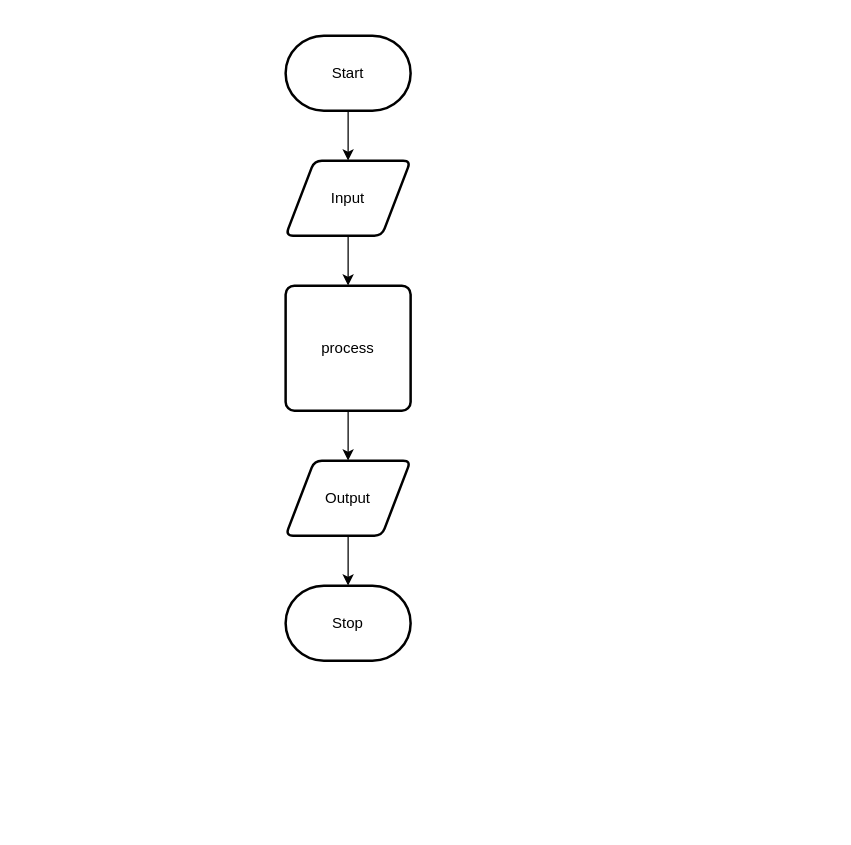
Earlier version of the draw.io diagram design/flow-chart.drawio (Claire-Bedrossian/ICS2O-Unit5-01-JS). Source tidied: cells renumbered, new cells numbered last; positions are measured from the earlier drawing's top-left corner, leaving out a move shared by most shapes. Both pictures are drawn from the tidied source at 125%, with x=0, y=0 at pixel (285, 35).
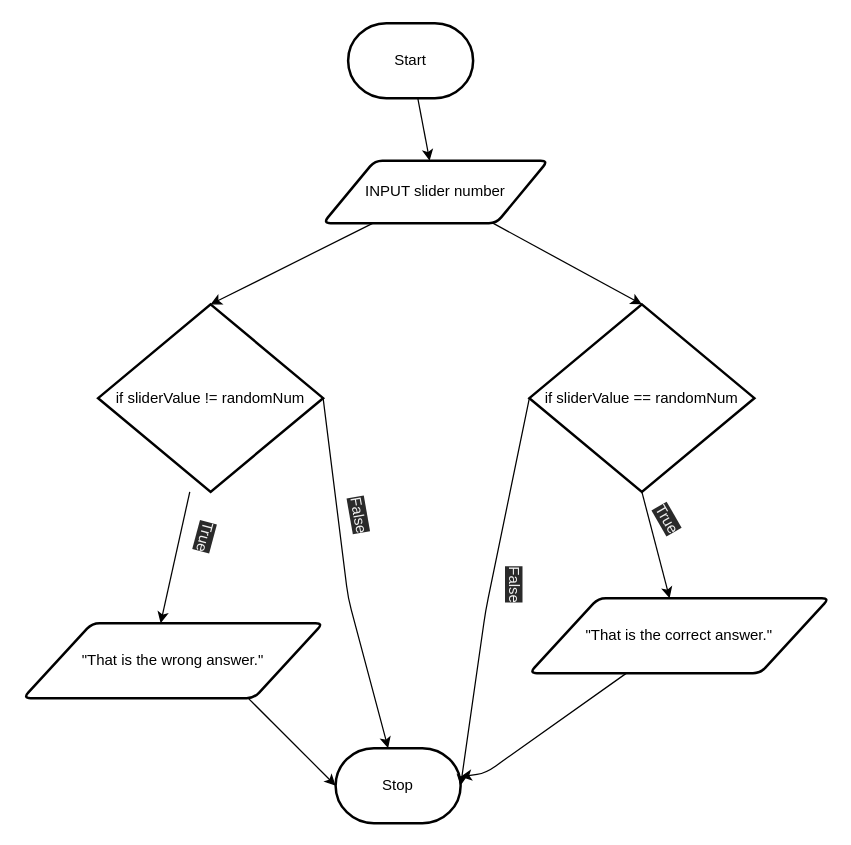
The same diagram, later.

The edit, as a diff of the source:
```diff
@@
     <mxCell id="3" value="Start" style="strokeWidth=2;html=1;shape=mxgraph.flowchart.terminator;whiteSpace=wrap;" parent="1" vertex="1">
-      <mxGeometry width="100" height="60" as="geometry" />
+      <mxGeometry x="50" y="-10" width="100" height="60" as="geometry" />
     </mxCell>
-    <mxCell id="4" style="edgeStyle=none;html=1;" parent="1" edge="1" source="5" target="7">
+    <mxCell id="4" style="edgeStyle=none;html=1;entryX=0.5;entryY=0;entryDx=0;entryDy=0;entryPerimeter=0;" parent="1" edge="1" source="5" target="13">
       <mxGeometry relative="1" as="geometry" />
     </mxCell>
+    <mxCell id="11" style="edgeStyle=none;html=1;entryX=0.5;entryY=0;entryDx=0;entryDy=0;entryPerimeter=0;" parent="1" edge="1" source="5" target="17">
+      <mxGeometry relative="1" as="geometry" />
+    </mxCell>
-    <mxCell id="5" value="Input" style="shape=parallelogram;html=1;strokeWidth=2;perimeter=parallelogramPerimeter;whiteSpace=wrap;rounded=1;arcSize=12;size=0.23;" parent="1" vertex="1">
-      <mxGeometry y="100" width="100" height="60" as="geometry" />
+    <mxCell id="5" value="INPUT slider number" style="shape=parallelogram;html=1;strokeWidth=2;perimeter=parallelogramPerimeter;whiteSpace=wrap;rounded=1;arcSize=12;size=0.23;" parent="1" vertex="1">
+      <mxGeometry x="30" y="100" width="180" height="50" as="geometry" />
     </mxCell>
-    <mxCell id="6" style="edgeStyle=none;html=1;" parent="1" edge="1" source="7" target="9">
+    <mxCell id="6" style="edgeStyle=none;html=1;exitX=0.5;exitY=1;exitDx=0;exitDy=0;exitPerimeter=0;" parent="1" edge="1" source="13" target="9">
       <mxGeometry relative="1" as="geometry" />
     </mxCell>
-    <mxCell id="7" value="process" style="rounded=1;whiteSpace=wrap;html=1;absoluteArcSize=1;arcSize=14;strokeWidth=2;" parent="1" vertex="1">
-      <mxGeometry y="200" width="100" height="100" as="geometry" />
-    </mxCell>
     <mxCell id="8" style="edgeStyle=none;html=1;" parent="1" edge="1" source="9" target="10">
-      <mxGeometry relative="1" as="geometry" />
+      <mxGeometry relative="1" as="geometry">
+        <Array as="points">
+          <mxPoint x="160" y="590" />
+        </Array>
+      </mxGeometry>
     </mxCell>
-    <mxCell id="9" value="Output" style="shape=parallelogram;html=1;strokeWidth=2;perimeter=parallelogramPerimeter;whiteSpace=wrap;rounded=1;arcSize=12;size=0.23;" parent="1" vertex="1">
-      <mxGeometry y="340" width="100" height="60" as="geometry" />
+    <mxCell id="9" value="&quot;That is the correct answer.&quot;" style="shape=parallelogram;html=1;strokeWidth=2;perimeter=parallelogramPerimeter;whiteSpace=wrap;rounded=1;arcSize=12;size=0.23;" parent="1" vertex="1">
+      <mxGeometry x="195" y="450" width="240" height="60" as="geometry" />
     </mxCell>
     <mxCell id="10" value="Stop" style="strokeWidth=2;html=1;shape=mxgraph.flowchart.terminator;whiteSpace=wrap;" parent="1" vertex="1">
-      <mxGeometry y="440" width="100" height="60" as="geometry" />
+      <mxGeometry x="40" y="570" width="100" height="60" as="geometry" />
     </mxCell>
+    <mxCell id="12" style="edgeStyle=none;html=1;exitX=0;exitY=0.5;exitDx=0;exitDy=0;exitPerimeter=0;entryX=1;entryY=0.5;entryDx=0;entryDy=0;entryPerimeter=0;" parent="1" edge="1" source="13" target="10">
+      <mxGeometry relative="1" as="geometry">
+        <Array as="points">
+          <mxPoint x="160" y="460" />
+        </Array>
+      </mxGeometry>
+    </mxCell>
+    <mxCell id="13" value="if sliderValue == randomNum" style="strokeWidth=2;html=1;shape=mxgraph.flowchart.decision;whiteSpace=wrap;" parent="1" vertex="1">
+      <mxGeometry x="195" y="215" width="180" height="150" as="geometry" />
+    </mxCell>
+    <mxCell id="14" value="&lt;span style=&quot;color: rgb(240 , 240 , 240) ; font-family: &amp;#34;helvetica&amp;#34; ; font-size: 12px ; font-style: normal ; font-weight: 400 ; letter-spacing: normal ; text-align: center ; text-indent: 0px ; text-transform: none ; word-spacing: 0px ; background-color: rgb(42 , 42 , 42) ; display: inline ; float: none&quot;&gt;False&lt;/span&gt;" style="text;whiteSpace=wrap;html=1;rotation=90;" parent="1" vertex="1">
+      <mxGeometry x="140" y="450" width="85" height="30" as="geometry" />
+    </mxCell>
+    <mxCell id="15" value="&lt;span style=&quot;color: rgb(240 , 240 , 240) ; font-family: &amp;#34;helvetica&amp;#34; ; font-size: 12px ; font-style: normal ; font-weight: 400 ; letter-spacing: normal ; text-align: center ; text-indent: 0px ; text-transform: none ; word-spacing: 0px ; background-color: rgb(42 , 42 , 42) ; display: inline ; float: none&quot;&gt;True&lt;/span&gt;" style="text;whiteSpace=wrap;html=1;rotation=60;" parent="1" vertex="1">
+      <mxGeometry x="280" y="400" width="85" height="20" as="geometry" />
+    </mxCell>
+    <mxCell id="16" style="edgeStyle=none;html=1;" parent="1" edge="1" source="17">
+      <mxGeometry relative="1" as="geometry">
+        <mxPoint x="-100" y="470" as="targetPoint" />
+      </mxGeometry>
+    </mxCell>
+    <mxCell id="17" value="if sliderValue != randomNum" style="strokeWidth=2;html=1;shape=mxgraph.flowchart.decision;whiteSpace=wrap;" parent="1" vertex="1">
+      <mxGeometry x="-150" y="215" width="180" height="150" as="geometry" />
+    </mxCell>
+    <mxCell id="18" style="edgeStyle=none;html=1;exitX=1;exitY=0.5;exitDx=0;exitDy=0;exitPerimeter=0;" parent="1" edge="1" source="17" target="10">
+      <mxGeometry relative="1" as="geometry">
+        <Array as="points">
+          <mxPoint x="50" y="450" />
+        </Array>
+      </mxGeometry>
+    </mxCell>
+    <mxCell id="19" value="&lt;span style=&quot;color: rgb(240 , 240 , 240) ; font-family: &amp;#34;helvetica&amp;#34; ; font-size: 12px ; font-style: normal ; font-weight: 400 ; letter-spacing: normal ; text-align: center ; text-indent: 0px ; text-transform: none ; word-spacing: 0px ; background-color: rgb(42 , 42 , 42) ; display: inline ; float: none&quot;&gt;False&lt;/span&gt;" style="text;whiteSpace=wrap;html=1;rotation=80;" parent="1" vertex="1">
+      <mxGeometry x="20" y="395" width="85" height="30" as="geometry" />
+    </mxCell>
+    <mxCell id="20" style="edgeStyle=none;html=1;exitX=0.75;exitY=1;exitDx=0;exitDy=0;entryX=0;entryY=0.5;entryDx=0;entryDy=0;entryPerimeter=0;" parent="1" edge="1" source="21" target="10">
+      <mxGeometry relative="1" as="geometry" />
+    </mxCell>
+    <mxCell id="21" value="&quot;That is the wrong answer.&quot;" style="shape=parallelogram;html=1;strokeWidth=2;perimeter=parallelogramPerimeter;whiteSpace=wrap;rounded=1;arcSize=12;size=0.23;" parent="1" vertex="1">
+      <mxGeometry x="-210" y="470" width="240" height="60" as="geometry" />
+    </mxCell>
+    <mxCell id="22" value="&lt;span style=&quot;color: rgb(240 , 240 , 240) ; font-family: &amp;#34;helvetica&amp;#34; ; font-size: 12px ; font-style: normal ; font-weight: 400 ; letter-spacing: normal ; text-align: center ; text-indent: 0px ; text-transform: none ; word-spacing: 0px ; background-color: rgb(42 , 42 , 42) ; display: inline ; float: none&quot;&gt;True&lt;/span&gt;" style="text;whiteSpace=wrap;html=1;rotation=105;" parent="1" vertex="1">
+      <mxGeometry x="-110" y="420" width="85" height="20" as="geometry" />
+    </mxCell>
```
